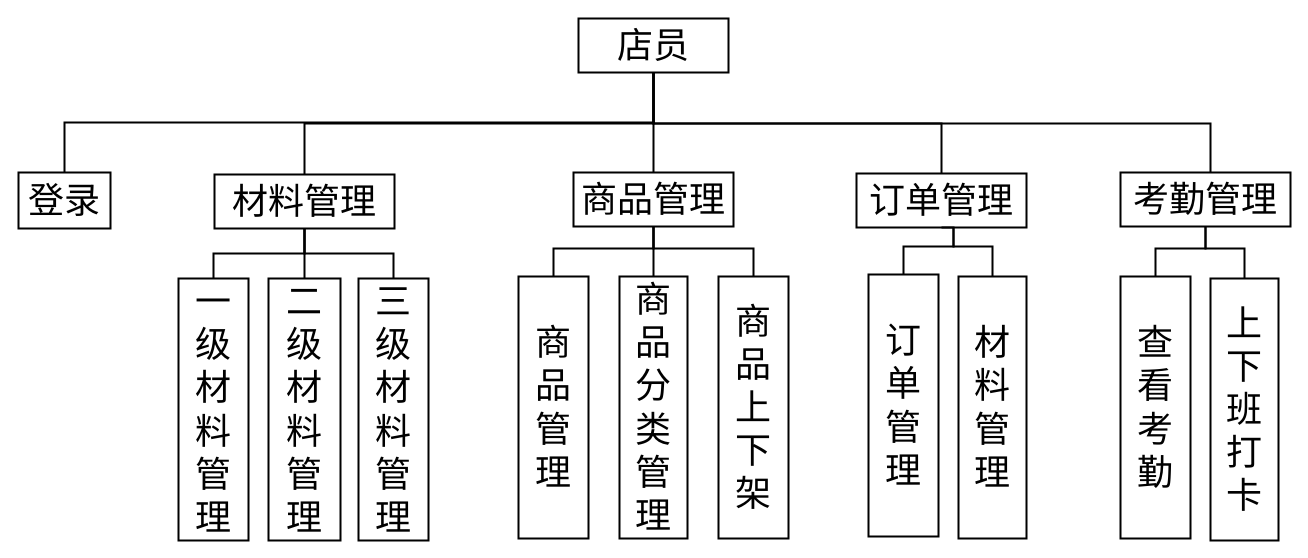
LichCarlos/darwIo keeps this draw.io diagram as 店员系统架构图.drawio. Above is the earlier version. Source tidied: cells renumbered, new cells numbered last; positions are measured from the earlier drawing's top-left corner, leaving out a move shared by most shapes. Both pictures are drawn from the tidied source at 100%, with x=0, y=0 at pixel (-542, 18).
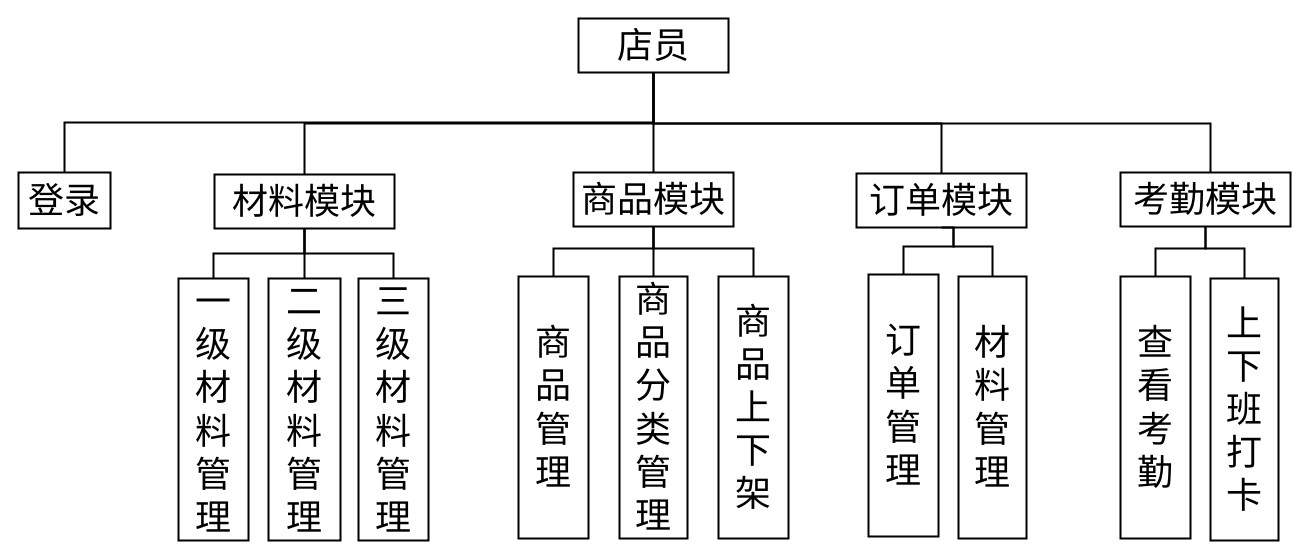
Above is the later version.

Commit message:
更新店员系统架构图.drawio

What changed in the source:
```diff
@@
-    <mxCell id="7" value="材料管理" style="whiteSpace=wrap;strokeWidth=2;labelBackgroundColor=none;fontSize=36;horizontal=1;fontStyle=0;align=center;flipH=0;legacyAnchorPoints=0;verticalAlign=middle;" parent="1" vertex="1">
+    <mxCell id="7" value="材料模块" style="whiteSpace=wrap;strokeWidth=2;labelBackgroundColor=none;fontSize=36;horizontal=1;fontStyle=0;align=center;flipH=0;legacyAnchorPoints=0;verticalAlign=middle;" parent="1" vertex="1">
       <mxGeometry x="756" y="156" width="180" height="54" as="geometry" />
     </mxCell>
-    <mxCell id="8" value="商品管理" style="whiteSpace=wrap;strokeWidth=2;labelBackgroundColor=none;fontSize=36;horizontal=1;fontStyle=0;align=center;flipH=0;legacyAnchorPoints=0;verticalAlign=middle;" parent="1" vertex="1">
+    <mxCell id="8" value="商品模块" style="whiteSpace=wrap;strokeWidth=2;labelBackgroundColor=none;fontSize=36;horizontal=1;fontStyle=0;align=center;flipH=0;legacyAnchorPoints=0;verticalAlign=middle;" parent="1" vertex="1">
       <mxGeometry x="1115" y="154" width="160" height="54" as="geometry" />
     </mxCell>
@@
-    <mxCell id="10" value="订单管理" style="whiteSpace=wrap;strokeWidth=2;labelBackgroundColor=none;fontSize=36;horizontal=1;fontStyle=0;align=center;flipH=0;legacyAnchorPoints=0;verticalAlign=middle;" parent="1" vertex="1">
+    <mxCell id="10" value="订单模块" style="whiteSpace=wrap;strokeWidth=2;labelBackgroundColor=none;fontSize=36;horizontal=1;fontStyle=0;align=center;flipH=0;legacyAnchorPoints=0;verticalAlign=middle;" parent="1" vertex="1">
       <mxGeometry x="1398" y="155" width="170" height="54" as="geometry" />
     </mxCell>
@@
-    <mxCell id="31" value="考勤管理" style="whiteSpace=wrap;strokeWidth=2;labelBackgroundColor=none;fontSize=36;horizontal=1;fontStyle=0;align=center;flipH=0;legacyAnchorPoints=0;verticalAlign=middle;" parent="1" vertex="1">
+    <mxCell id="31" value="考勤模块" style="whiteSpace=wrap;strokeWidth=2;labelBackgroundColor=none;fontSize=36;horizontal=1;fontStyle=0;align=center;flipH=0;legacyAnchorPoints=0;verticalAlign=middle;" parent="1" vertex="1">
       <mxGeometry x="1662" y="154" width="170" height="54" as="geometry" />
     </mxCell>
```
